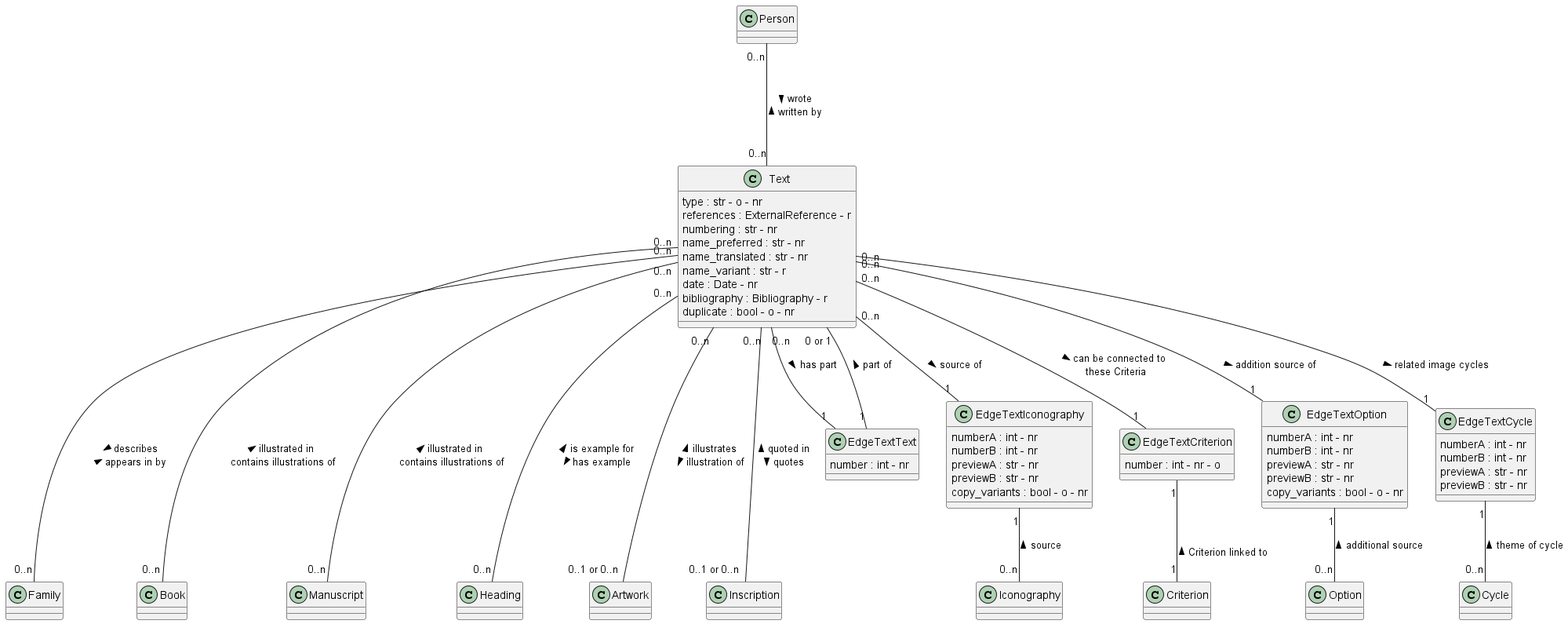
Earlier version of the PlantUML export documentation/class_diagrams/Text.png (tmasch/bpf_be).
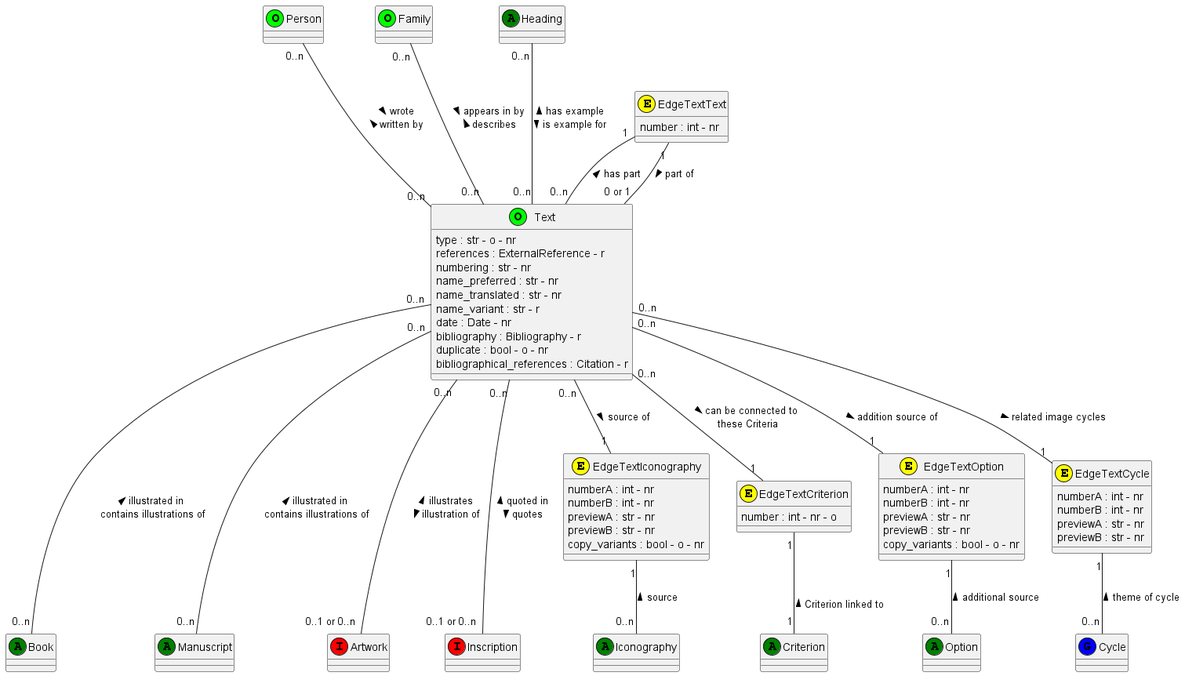
After the commit.

What changed in the source:
```diff
@@ -1,5 +1,5 @@
 @startuml Text
-class Text
+class Text <<(O,lime)>>
 Text : type : str - o - nr
 Text : references : ExternalReference - r
 Text : numbering : str - nr
@@ -9,53 +9,55 @@
 Text : date : Date - nr
 Text : bibliography : Bibliography - r
 Text : duplicate : bool - o - nr
+Text : bibliographical_references : Citation - r
 
+class Person <<(O,lime)>>
 
-class Person
+class Family <<(O,lime)>>
 
-class Family
+class Iconography <<(A,green)>>
 
-class Iconography
+class Option <<(A,green)>>
 
-class Option
+class Cycle <<(G,blue)>>
 
-class Cycle
+class Book <<(A,green)>>
 
-class Book
+class Manuscript <<(A,green)>>
 
-class Manuscript
+class Heading <<(A,green)>>
 
-class Heading
+class Artwork <<(I,red)>>
 
-class Artwork
+class Inscription <<(I,red)>>
 
-class Inscription
+class Iconography <<(A,green)>>
 
-class Iconography
+class Criterion <<(A,green)>>
 
-class Option
+class Option <<(A,green)>>
 
-class EdgeTextText
+class EdgeTextText <<(E,yellow)>>
 EdgeTextText : number : int - nr
 
-class EdgeTextIconography
+class EdgeTextIconography <<(E,yellow)>>
 EdgeTextIconography : numberA : int - nr
 EdgeTextIconography : numberB : int - nr
 EdgeTextIconography : previewA : str - nr
 EdgeTextIconography : previewB : str - nr
 EdgeTextIconography : copy_variants : bool - o - nr
 
-class EdgeTextCriterion
+class EdgeTextCriterion <<(E,yellow)>>
 EdgeTextCriterion : number : int - nr - o
 
-class EdgeTextOption
+class EdgeTextOption <<(E,yellow)>>
 EdgeTextOption : numberA : int - nr
 EdgeTextOption : numberB : int - nr
 EdgeTextOption : previewA : str - nr
 EdgeTextOption : previewB : str - nr
 EdgeTextOption : copy_variants : bool - o - nr
 
-class EdgeTextCycle
+class EdgeTextCycle <<(E,yellow)>>
 EdgeTextCycle : numberA : int - nr
 EdgeTextCycle : numberB : int - nr
 EdgeTextCycle : previewA : str - nr
@@ -65,9 +67,9 @@
 
 Person "0..n" --- "0..n" Text : > wrote \n written by <
 
-Text "0..n" --- "0..n" Family : > describes \n appears in by <
+Family "0..n" --- "0..n" Text :  > appears in by\n  describes <
 
-Text "0..n" -- "1" EdgeTextText : has part >
+EdgeTextText "1" -- "0..n" Text : has part <
 EdgeTextText "1" -- "0 or 1" Text :  part of >
 
 
@@ -83,7 +85,7 @@
 Text "0..n" -- "1" EdgeTextCycle : related image cycles >
 EdgeTextCycle "1" -- "0..n" Cycle : theme of cycle <
 
-Text "0..n" --- "0..n" Heading : < is example for \n has example >
+Heading "0..n" --- "0..n" Text : < has example \n is example for >
 
 Text "0..n" --- "0..n" Manuscript: < illustrated in \n contains illustrations of
 
```
